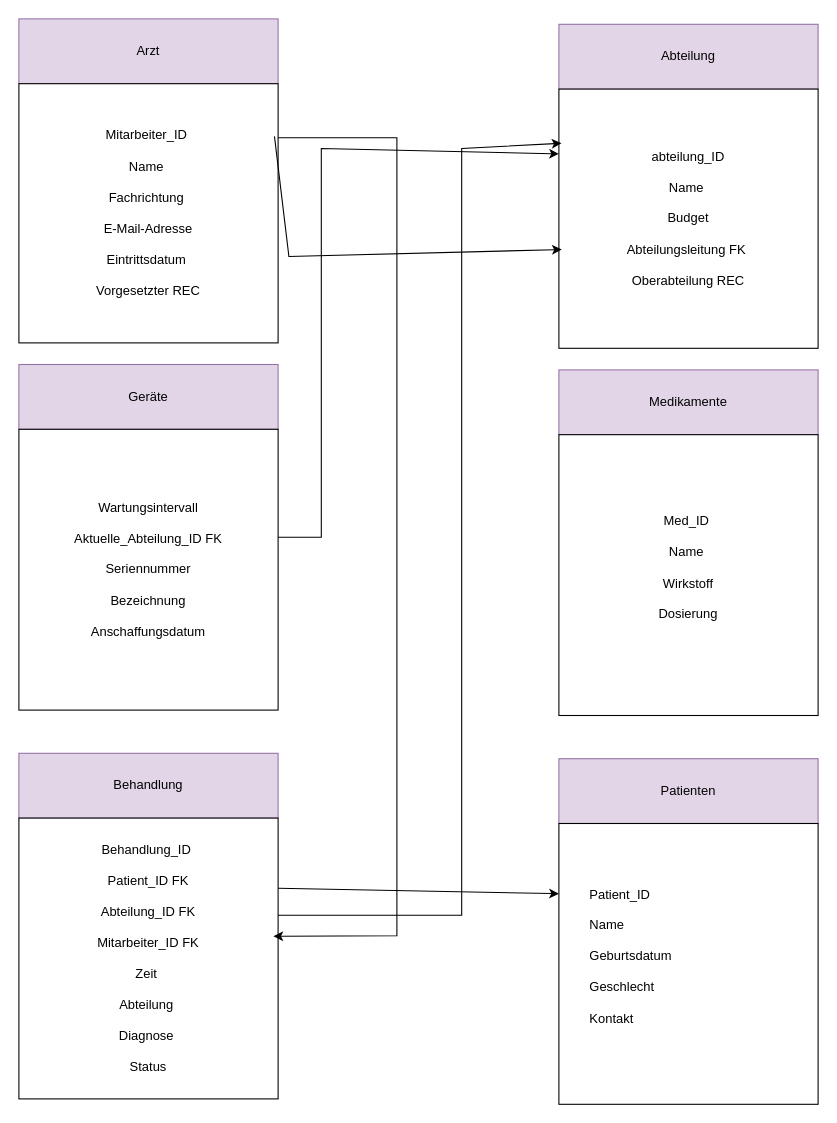
This is aufgabe04/Aufgabe_B.drawio from contraintuitiv/datenbanksysteme, a draw.io file, before an edit. Source tidied: cells renumbered, new cells numbered last; positions are measured from the earlier drawing's top-left corner, leaving out a move shared by most shapes. Both pictures are drawn from the tidied source at 108%, with x=0, y=0 at pixel (18, 18).
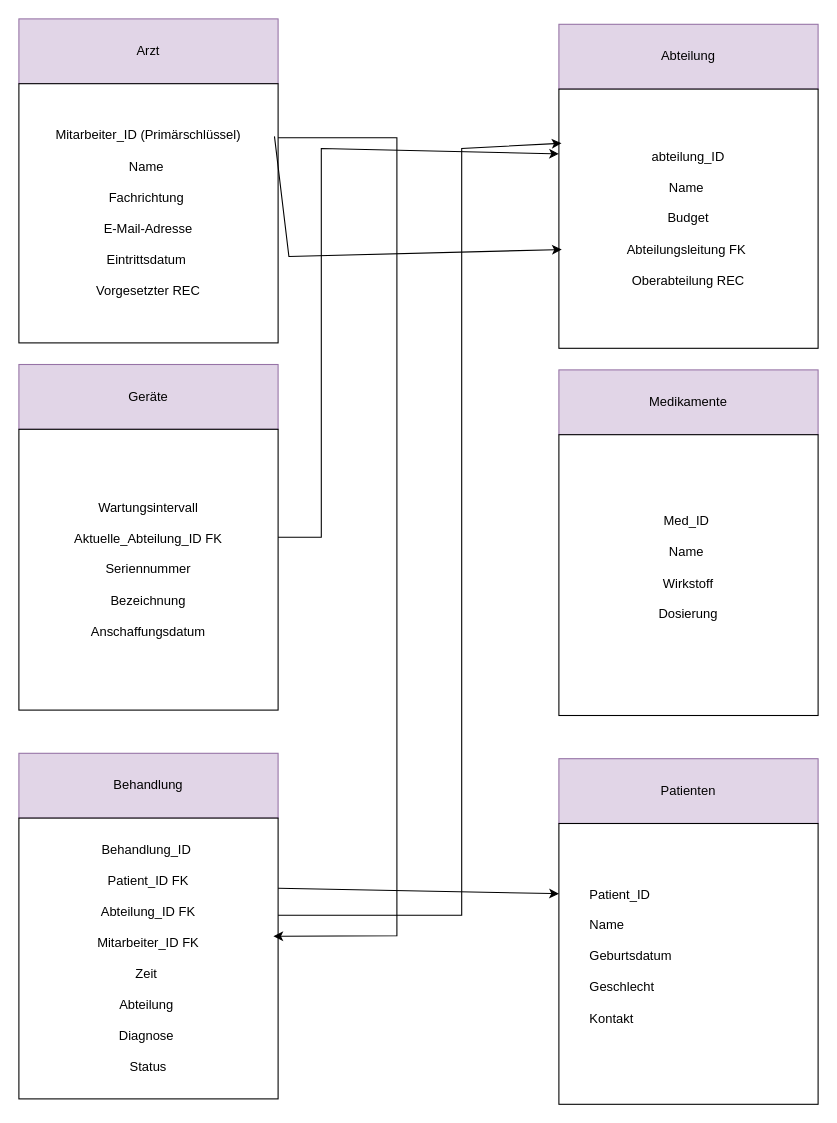
The same page after the edit.

Diff of the diagram source:
```diff
@@
-    <mxCell id="3" value="Mitarbeiter_ID&amp;nbsp;&lt;div&gt;&lt;br&gt;&lt;div&gt;Name&amp;nbsp;&lt;/div&gt;&lt;div&gt;&lt;br&gt;&lt;/div&gt;&lt;div&gt;Fachrichtung&amp;nbsp;&lt;/div&gt;&lt;div&gt;&lt;br&gt;&lt;/div&gt;&lt;div&gt;E-Mail-Adresse&lt;/div&gt;&lt;div&gt;&lt;br&gt;&lt;/div&gt;&lt;div&gt;Eintrittsdatum&amp;nbsp;&lt;/div&gt;&lt;div&gt;&lt;br&gt;&lt;/div&gt;&lt;div&gt;Vorgesetzter REC&lt;/div&gt;&lt;/div&gt;" style="whiteSpace=wrap;html=1;" parent="1" vertex="1">
+    <mxCell id="3" value="Mitarbeiter_ID (Primärschlüssel)&lt;div&gt;&lt;br&gt;&lt;div&gt;Name&amp;nbsp;&lt;/div&gt;&lt;div&gt;&lt;br&gt;&lt;/div&gt;&lt;div&gt;Fachrichtung&amp;nbsp;&lt;/div&gt;&lt;div&gt;&lt;br&gt;&lt;/div&gt;&lt;div&gt;E-Mail-Adresse&lt;/div&gt;&lt;div&gt;&lt;br&gt;&lt;/div&gt;&lt;div&gt;Eintrittsdatum&amp;nbsp;&lt;/div&gt;&lt;div&gt;&lt;br&gt;&lt;/div&gt;&lt;div&gt;Vorgesetzter REC&lt;/div&gt;&lt;/div&gt;" style="whiteSpace=wrap;html=1;" parent="1" vertex="1">
       <mxGeometry y="60" width="240" height="240" as="geometry" />
     </mxCell>
```
